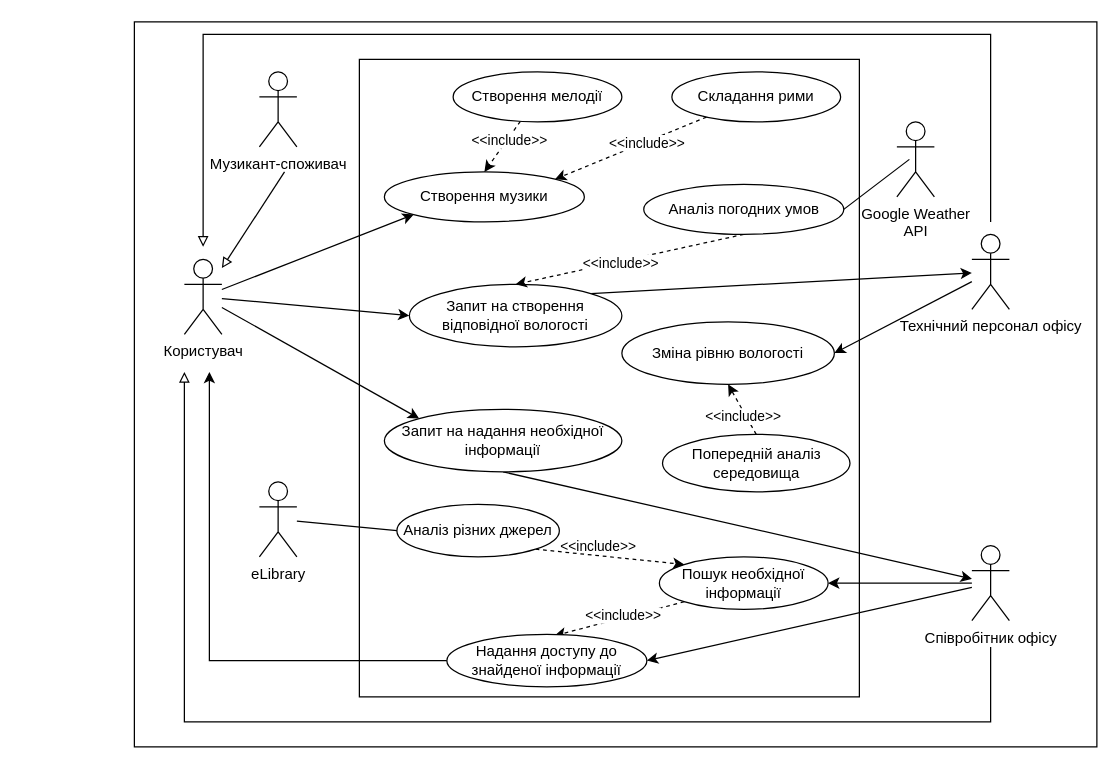
oleksandrblazhko/ai-216-semerenko keeps this draw.io diagram as SoftwareRequirements/1.3-SoftwareUserRequirements/1.3.3-UseCaseDiagram/UseCaseDiagram.drawio. Above is the earlier version. Source tidied: cells renumbered, new cells numbered last; positions are measured from the earlier drawing's top-left corner, leaving out a move shared by most shapes. Both pictures are drawn from the tidied source at 125%, with x=0, y=0 at pixel (134, 21).
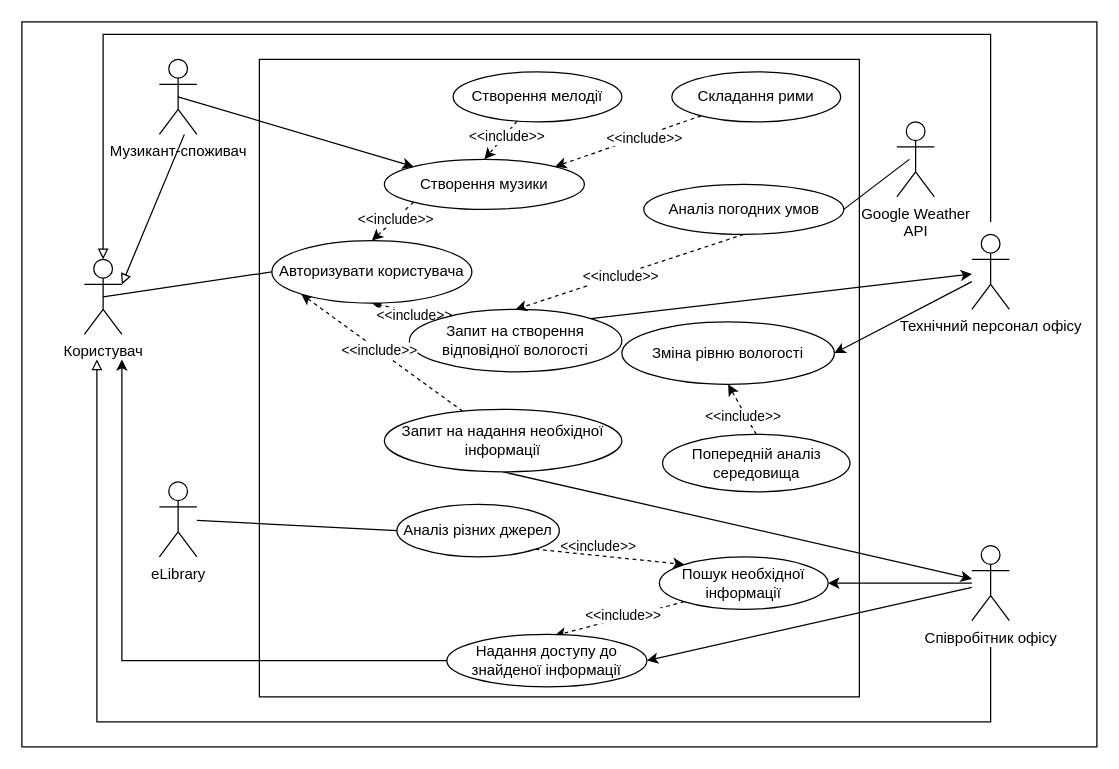
The same diagram, later.

Unchanged cells that the change refers to:
```xml
<mxCell id="22" value="Запит на надання необхідної інформації&lt;span id=&quot;docs-internal-guid-c57abb48-7fff-8af7-19ce-6c347189a080&quot;&gt;&lt;/span&gt;" style="ellipse;whiteSpace=wrap;html=1;" parent="1" vertex="1">
  <mxGeometry x="200" y="310" width="190" height="50" as="geometry" />
</mxCell>
<mxCell id="34" value="Надання доступу до знайденої інформації&lt;span id=&quot;docs-internal-guid-c57abb48-7fff-8af7-19ce-6c347189a080&quot;&gt;&lt;/span&gt;" style="ellipse;whiteSpace=wrap;html=1;" parent="1" vertex="1">
  <mxGeometry x="250" y="490" width="160" height="42" as="geometry" />
</mxCell>
```

Change to the diagram source:
```diff
@@
     <mxCell id="2" style="rounded=0;whiteSpace=wrap;html=1;" parent="1" vertex="1">
-      <mxGeometry width="770" height="580" as="geometry" />
+      <mxGeometry x="-90" width="860" height="580" as="geometry" />
     </mxCell>
     <mxCell id="3" style="rounded=0;whiteSpace=wrap;html=1;" parent="1" vertex="1">
-      <mxGeometry x="180" y="30" width="400" height="510" as="geometry" />
+      <mxGeometry x="100" y="30" width="480" height="510" as="geometry" />
     </mxCell>
-    <mxCell id="4" style="rounded=0;jettySize=auto;html=1;entryX=0;entryY=0.5;entryDx=0;entryDy=0;" parent="1" edge="1" source="7" target="9">
-      <mxGeometry relative="1" as="geometry" />
-    </mxCell>
-    <mxCell id="5" style="rounded=0;jettySize=auto;html=1;entryX=0;entryY=0;entryDx=0;entryDy=0;" parent="1" edge="1" source="7" target="22">
-      <mxGeometry relative="1" as="geometry" />
-    </mxCell>
-    <mxCell id="6" style="rounded=0;jettySize=auto;html=1;entryX=0;entryY=1;entryDx=0;entryDy=0;" parent="1" edge="1" source="7" target="37">
-      <mxGeometry relative="1" as="geometry" />
-    </mxCell>
+    <mxCell id="47" style="rounded=0;jettySize=auto;html=1;exitX=0.5;exitY=0.5;exitDx=0;exitDy=0;exitPerimeter=0;entryX=0;entryY=0.5;entryDx=0;entryDy=0;endArrow=none;endFill=0;" parent="1" edge="1" source="7" target="56">
+      <mxGeometry relative="1" as="geometry" />
+    </mxCell>
     <mxCell id="7" value="Користувач" style="shape=umlActor;verticalLabelPosition=bottom;verticalAlign=top;html=1;outlineConnect=0;" parent="1" vertex="1">
-      <mxGeometry x="40" y="190" width="30" height="60" as="geometry" />
+      <mxGeometry x="-40" y="190" width="30" height="60" as="geometry" />
     </mxCell>
@@
+    <mxCell id="48" style="rounded=0;jettySize=auto;html=1;exitX=0;exitY=0;exitDx=0;exitDy=0;entryX=0.5;entryY=1;entryDx=0;entryDy=0;dashed=1;" parent="1" edge="1" source="9" target="56">
+      <mxGeometry relative="1" as="geometry" />
+    </mxCell>
+    <mxCell id="49" value="&amp;lt;&amp;lt;include&amp;gt;&amp;gt;" style="edgeLabel;html=1;align=center;verticalAlign=middle;" parent="48" vertex="1">
+      <mxGeometry x="-0.24" y="2" relative="1" as="geometry" />
+    </mxCell>
     <mxCell id="9" value="Запит на&amp;nbsp;створення відповідної вологості&lt;span id=&quot;docs-internal-guid-c57abb48-7fff-8af7-19ce-6c347189a080&quot;&gt;&lt;/span&gt;" style="ellipse;whiteSpace=wrap;html=1;" parent="1" vertex="1">
-      <mxGeometry x="220" y="210" width="170" height="50" as="geometry" />
+      <mxGeometry x="220" y="230" width="170" height="50" as="geometry" />
     </mxCell>
@@
-    <mxCell id="15" style="edgeStyle=orthogonalEdgeStyle;rounded=0;orthogonalLoop=1;jettySize=auto;html=1;endArrow=block;endFill=0;" parent="1" edge="1">
+    <mxCell id="15" style="edgeStyle=orthogonalEdgeStyle;rounded=0;jettySize=auto;html=1;endArrow=block;endFill=0;entryX=0.5;entryY=0;entryDx=0;entryDy=0;entryPerimeter=0;" parent="1" edge="1" target="7">
       <mxGeometry relative="1" as="geometry">
         <mxPoint x="685" y="160" as="sourcePoint" />
-        <mxPoint x="55" y="180" as="targetPoint" />
         <Array as="points">
           <mxPoint x="685" y="10" />
-          <mxPoint x="55" y="10" />
+          <mxPoint x="-25" y="10" />
         </Array>
       </mxGeometry>
     </mxCell>
@@
+    <mxCell id="50" style="rounded=0;jettySize=auto;html=1;entryX=0;entryY=1;entryDx=0;entryDy=0;dashed=1;" parent="1" edge="1" source="22" target="56">
+      <mxGeometry relative="1" as="geometry" />
+    </mxCell>
+    <mxCell id="51" value="&amp;lt;&amp;lt;include&amp;gt;&amp;gt;" style="edgeLabel;html=1;align=center;verticalAlign=middle;" parent="50" vertex="1">
+      <mxGeometry x="0.04" relative="1" as="geometry" />
+    </mxCell>
@@
     <mxCell id="25" style="edgeStyle=orthogonalEdgeStyle;rounded=0;orthogonalLoop=1;jettySize=auto;html=1;endArrow=block;endFill=0;" parent="1" edge="1">
       <mxGeometry relative="1" as="geometry">
         <mxPoint x="685" y="500" as="sourcePoint" />
-        <mxPoint x="40" y="280" as="targetPoint" />
+        <mxPoint x="-30" y="270" as="targetPoint" />
         <Array as="points">
           <mxPoint x="685" y="560" />
-          <mxPoint x="40" y="560" />
+          <mxPoint x="-30" y="560" />
         </Array>
       </mxGeometry>
     </mxCell>
@@
     <mxCell id="33" style="edgeStyle=orthogonalEdgeStyle;rounded=0;jettySize=auto;html=1;exitX=0;exitY=0.5;exitDx=0;exitDy=0;" parent="1" edge="1" source="34">
       <mxGeometry relative="1" as="geometry">
-        <mxPoint x="60" y="280" as="targetPoint" />
+        <mxPoint x="-10" y="270" as="targetPoint" />
         <Array as="points">
-          <mxPoint x="60" y="511" />
+          <mxPoint x="-10" y="511" />
         </Array>
       </mxGeometry>
     </mxCell>
@@
     <mxCell id="36" value="eLibrary" style="shape=umlActor;verticalLabelPosition=bottom;verticalAlign=top;html=1;outlineConnect=0;" parent="1" vertex="1">
-      <mxGeometry x="100" y="368" width="30" height="60" as="geometry" />
+      <mxGeometry x="20" y="368" width="30" height="60" as="geometry" />
     </mxCell>
+    <mxCell id="52" style="rounded=0;jettySize=auto;html=1;exitX=0;exitY=1;exitDx=0;exitDy=0;entryX=0.5;entryY=0;entryDx=0;entryDy=0;endArrow=classic;endFill=1;dashed=1;" parent="1" edge="1" source="37" target="56">
+      <mxGeometry relative="1" as="geometry" />
+    </mxCell>
+    <mxCell id="53" value="&amp;lt;&amp;lt;include&amp;gt;&amp;gt;" style="edgeLabel;html=1;align=center;verticalAlign=middle;" parent="52" vertex="1">
+      <mxGeometry x="-0.14" y="-1" relative="1" as="geometry">
+        <mxPoint y="1" as="offset" />
+      </mxGeometry>
+    </mxCell>
     <mxCell id="37" value="Створення музики&lt;span id=&quot;docs-internal-guid-c57abb48-7fff-8af7-19ce-6c347189a080&quot;&gt;&lt;/span&gt;" style="ellipse;whiteSpace=wrap;html=1;" parent="1" vertex="1">
-      <mxGeometry x="200" y="120" width="160" height="40" as="geometry" />
+      <mxGeometry x="200" y="110" width="160" height="40" as="geometry" />
     </mxCell>
@@
-    <mxCell id="44" style="rounded=0;jettySize=auto;html=1;endArrow=block;endFill=0;exitX=0.156;exitY=0.207;exitDx=0;exitDy=0;exitPerimeter=0;" parent="1" edge="1" source="2" target="7">
-      <mxGeometry relative="1" as="geometry" />
-    </mxCell>
+    <mxCell id="54" style="rounded=0;jettySize=auto;html=1;entryX=1;entryY=0.3333333333333333;entryDx=0;entryDy=0;entryPerimeter=0;endArrow=block;endFill=0;exitX=0.667;exitY=1;exitDx=0;exitDy=0;exitPerimeter=0;" parent="1" edge="1" source="45" target="7">
+      <mxGeometry relative="1" as="geometry" />
+    </mxCell>
+    <mxCell id="55" style="rounded=0;jettySize=auto;html=1;exitX=0.5;exitY=0.5;exitDx=0;exitDy=0;exitPerimeter=0;entryX=0;entryY=0;entryDx=0;entryDy=0;" parent="1" edge="1" source="45" target="37">
+      <mxGeometry relative="1" as="geometry" />
+    </mxCell>
     <mxCell id="45" value="Музикант-споживач" style="shape=umlActor;verticalLabelPosition=bottom;verticalAlign=top;html=1;outlineConnect=0;" parent="1" vertex="1">
-      <mxGeometry x="100" y="40" width="30" height="60" as="geometry" />
+      <mxGeometry x="20" y="30" width="30" height="60" as="geometry" />
     </mxCell>
@@
+    <mxCell id="56" value="Авторизувати користувача" style="ellipse;whiteSpace=wrap;html=1;" parent="1" vertex="1">
+      <mxGeometry x="110" y="175" width="160" height="50" as="geometry" />
+    </mxCell>
```
